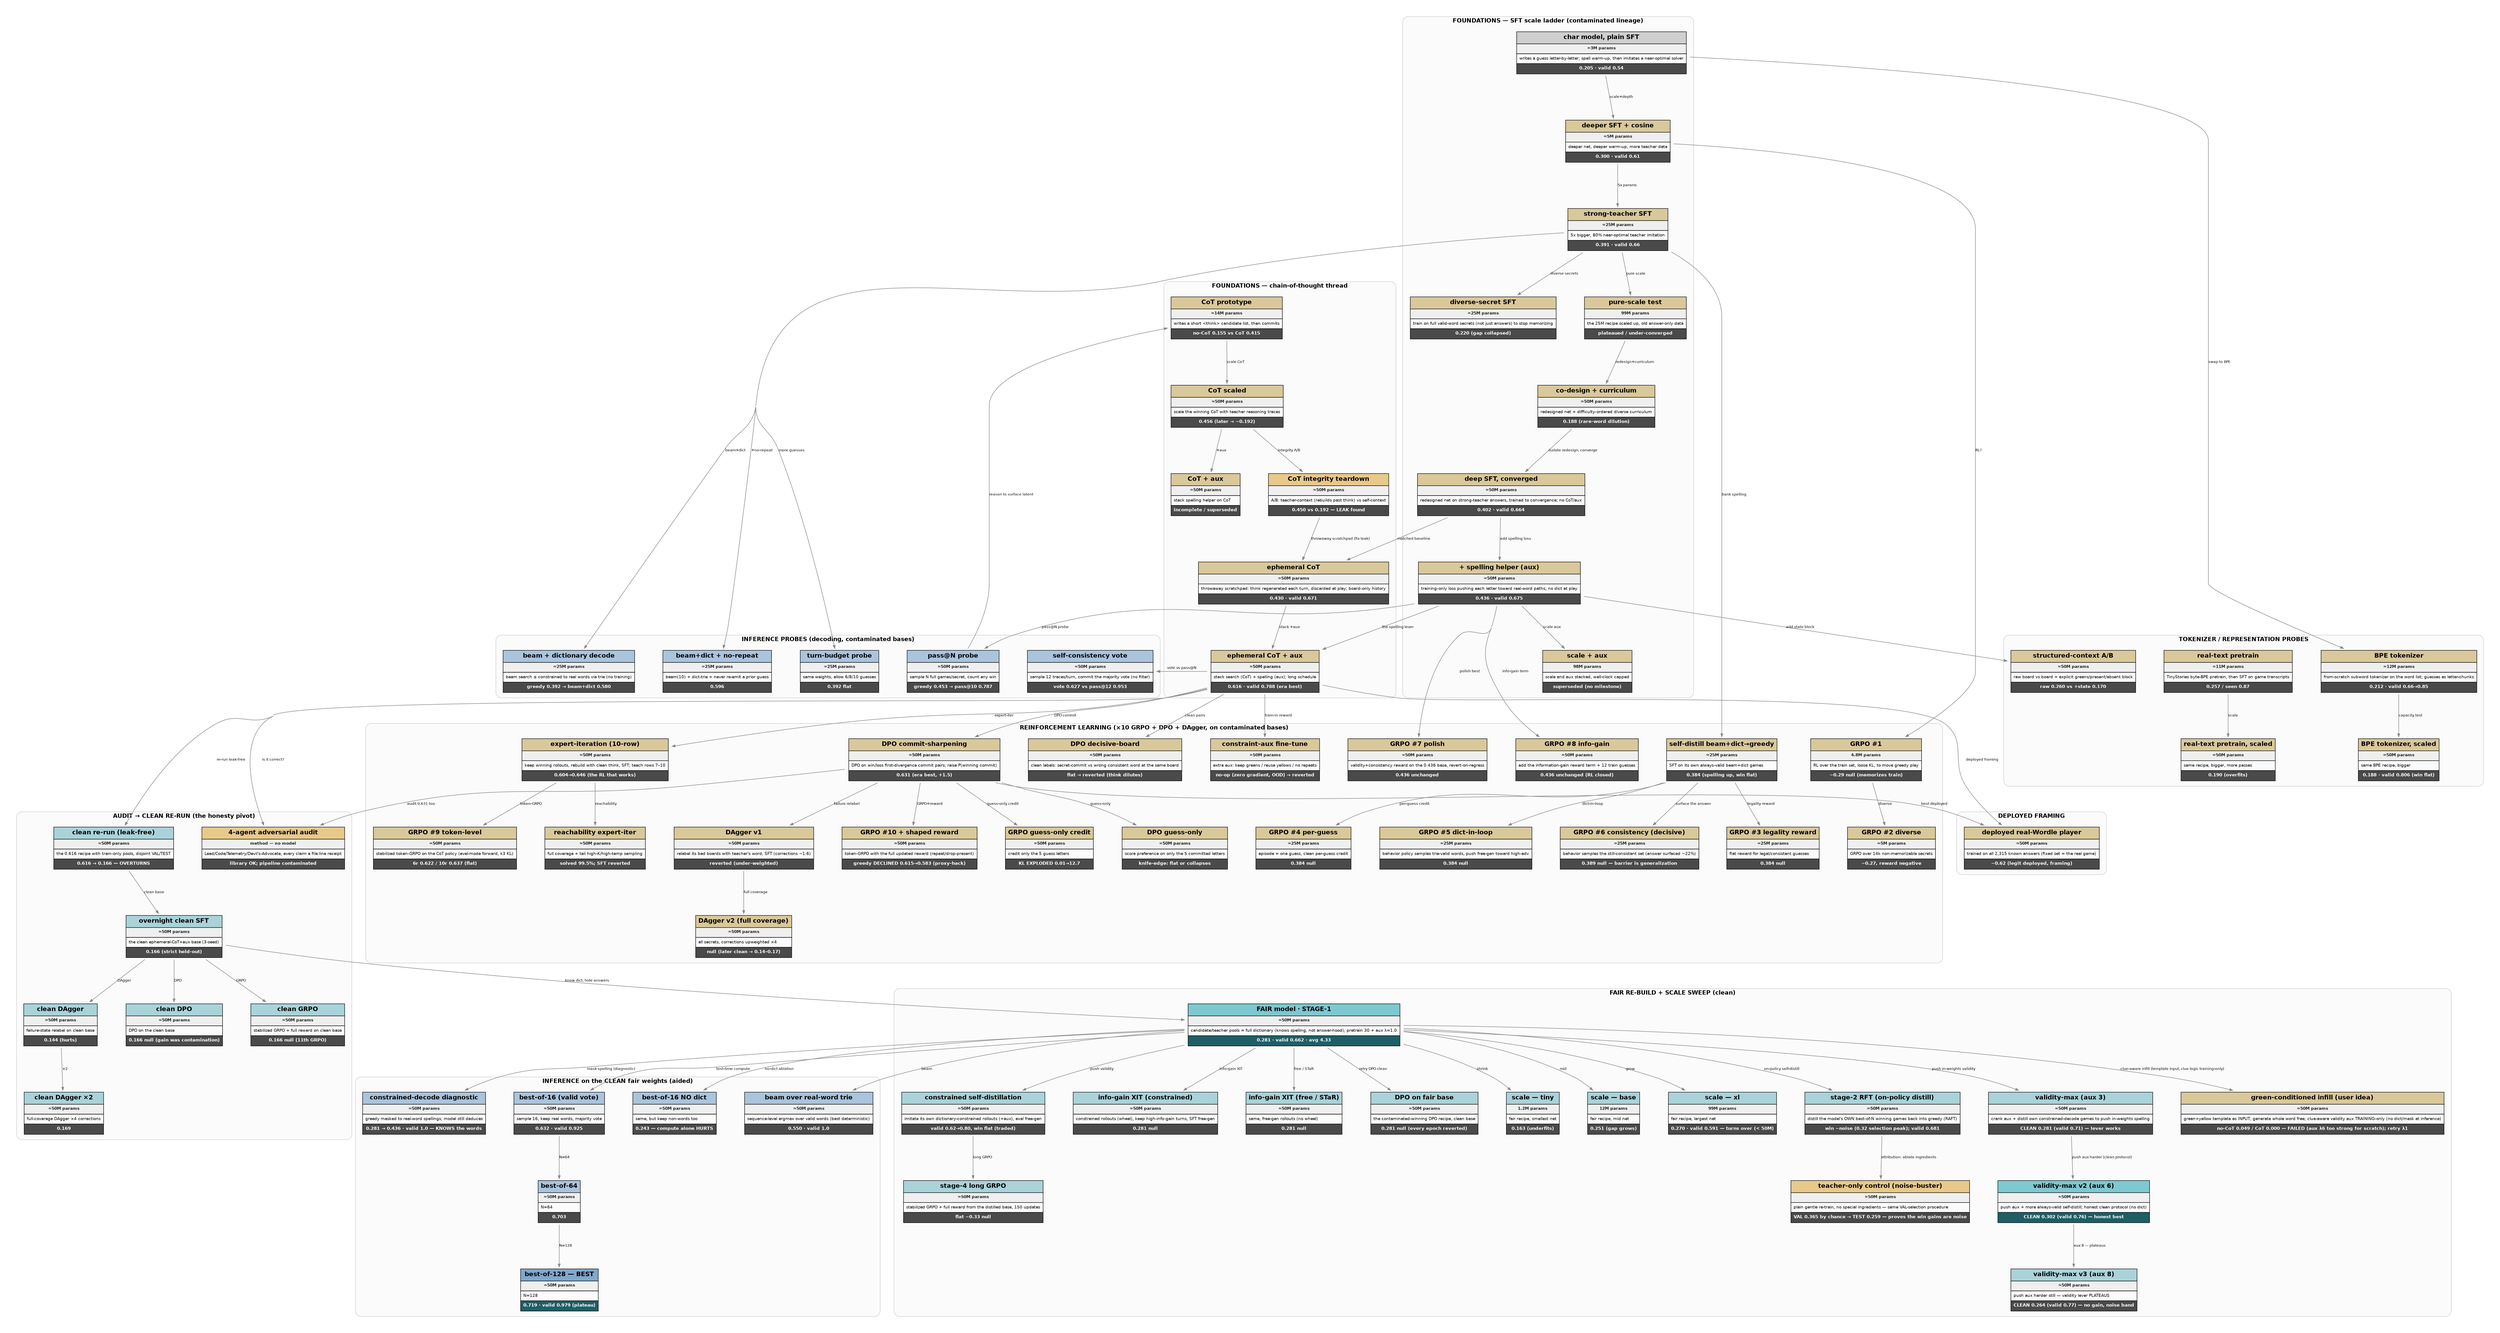
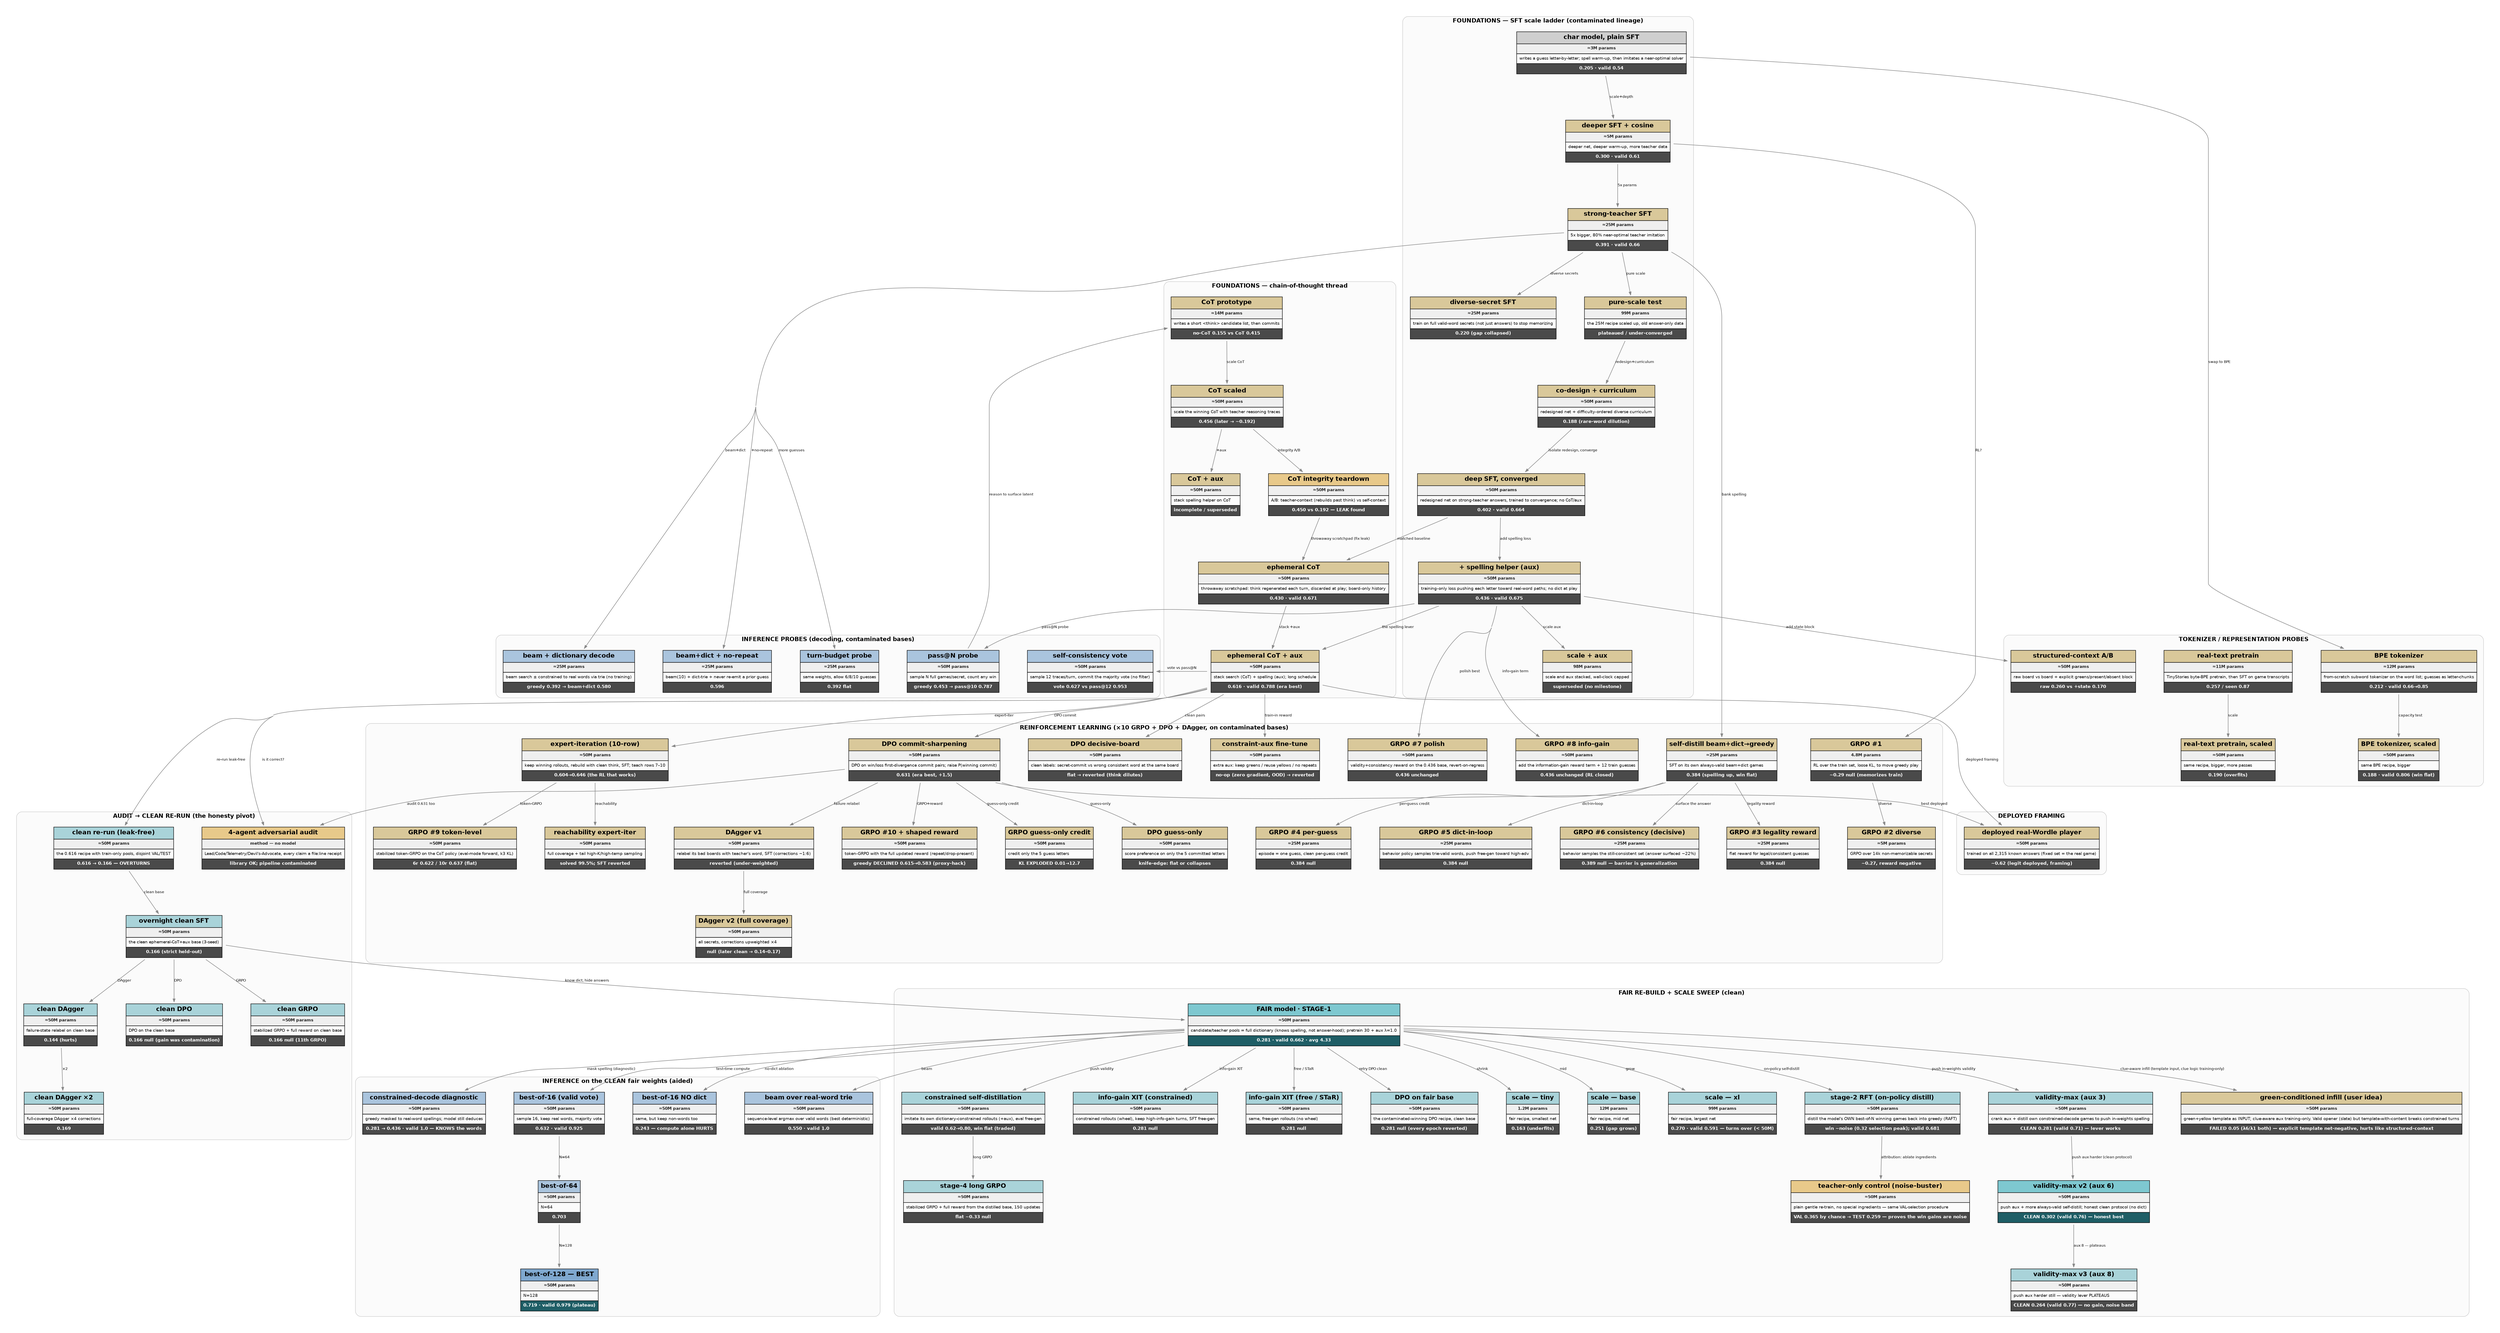
digraph experiments {
  rankdir=TB; bgcolor="white";
  graph [fontname="Helvetica", ranksep=1.2, nodesep=0.65, fontsize=13, concentrate=true, splines=spline, pad=0.4];
  node [shape=plaintext, fontname="Helvetica"];
  edge [fontname="Helvetica", fontsize=8, color="#888888", penwidth=1.1, arrowsize=0.7];
  subgraph cluster_found { label=<<B>FOUNDATIONS — SFT scale ladder (contaminated lineage)</B>>; fontsize=13; color="#cccccc"; style="rounded"; bgcolor="#fbfbfb";
    sft_3m [label=<<TABLE BORDER="0" CELLBORDER="1" CELLSPACING="0" CELLPADDING="5"><TR><TD BGCOLOR="#cfcfcf"><B>char model, plain SFT</B></TD></TR><TR><TD BGCOLOR="#efefef"><FONT POINT-SIZE="9" COLOR="#222222"><B>≈3M params</B></FONT></TD></TR><TR><TD ALIGN="LEFT"><FONT POINT-SIZE="9">writes a guess letter-by-letter; spell warm-up, then imitates a near-optimal solver</FONT></TD></TR><TR><TD BGCOLOR="#4a4a4a"><FONT COLOR="white" POINT-SIZE="10"><B>0.205 · valid 0.54</B></FONT></TD></TR></TABLE>>];
    sft_5m [label=<<TABLE BORDER="0" CELLBORDER="1" CELLSPACING="0" CELLPADDING="5"><TR><TD BGCOLOR="#d9c89a"><B>deeper SFT + cosine</B></TD></TR><TR><TD BGCOLOR="#efefef"><FONT POINT-SIZE="9" COLOR="#222222"><B>≈5M params</B></FONT></TD></TR><TR><TD ALIGN="LEFT"><FONT POINT-SIZE="9">deeper net, deeper warm-up, more teacher data</FONT></TD></TR><TR><TD BGCOLOR="#4a4a4a"><FONT COLOR="white" POINT-SIZE="10"><B>0.300 · valid 0.61</B></FONT></TD></TR></TABLE>>];
    sft_25m [label=<<TABLE BORDER="0" CELLBORDER="1" CELLSPACING="0" CELLPADDING="5"><TR><TD BGCOLOR="#d9c89a"><B>strong-teacher SFT</B></TD></TR><TR><TD BGCOLOR="#efefef"><FONT POINT-SIZE="9" COLOR="#222222"><B>≈25M params</B></FONT></TD></TR><TR><TD ALIGN="LEFT"><FONT POINT-SIZE="9">5x bigger, 80% near-optimal teacher imitation</FONT></TD></TR><TR><TD BGCOLOR="#4a4a4a"><FONT COLOR="white" POINT-SIZE="10"><B>0.391 · valid 0.66</B></FONT></TD></TR></TABLE>>];
    sft_25m_div [label=<<TABLE BORDER="0" CELLBORDER="1" CELLSPACING="0" CELLPADDING="5"><TR><TD BGCOLOR="#d9c89a"><B>diverse-secret SFT</B></TD></TR><TR><TD BGCOLOR="#efefef"><FONT POINT-SIZE="9" COLOR="#222222"><B>≈25M params</B></FONT></TD></TR><TR><TD ALIGN="LEFT"><FONT POINT-SIZE="9">train on full valid-word secrets (not just answers) to stop memorizing</FONT></TD></TR><TR><TD BGCOLOR="#4a4a4a"><FONT COLOR="white" POINT-SIZE="10"><B>0.220 (gap collapsed)</B></FONT></TD></TR></TABLE>>];
    scale_99m [label=<<TABLE BORDER="0" CELLBORDER="1" CELLSPACING="0" CELLPADDING="5"><TR><TD BGCOLOR="#d9c89a"><B>pure-scale test</B></TD></TR><TR><TD BGCOLOR="#efefef"><FONT POINT-SIZE="9" COLOR="#222222"><B>99M params</B></FONT></TD></TR><TR><TD ALIGN="LEFT"><FONT POINT-SIZE="9">the 25M recipe scaled up, old answer-only data</FONT></TD></TR><TR><TD BGCOLOR="#4a4a4a"><FONT COLOR="white" POINT-SIZE="10"><B>plateaued / under-converged</B></FONT></TD></TR></TABLE>>];
    codesign_50m [label=<<TABLE BORDER="0" CELLBORDER="1" CELLSPACING="0" CELLPADDING="5"><TR><TD BGCOLOR="#d9c89a"><B>co-design + curriculum</B></TD></TR><TR><TD BGCOLOR="#efefef"><FONT POINT-SIZE="9" COLOR="#222222"><B>≈50M params</B></FONT></TD></TR><TR><TD ALIGN="LEFT"><FONT POINT-SIZE="9">redesigned net + difficulty-ordered diverse curriculum</FONT></TD></TR><TR><TD BGCOLOR="#4a4a4a"><FONT COLOR="white" POINT-SIZE="10"><B>0.188 (rare-word dilution)</B></FONT></TD></TR></TABLE>>];
    sft_deep [label=<<TABLE BORDER="0" CELLBORDER="1" CELLSPACING="0" CELLPADDING="5"><TR><TD BGCOLOR="#d9c89a"><B>deep SFT, converged</B></TD></TR><TR><TD BGCOLOR="#efefef"><FONT POINT-SIZE="9" COLOR="#222222"><B>≈50M params</B></FONT></TD></TR><TR><TD ALIGN="LEFT"><FONT POINT-SIZE="9">redesigned net on strong-teacher answers, trained to convergence; no CoT/aux</FONT></TD></TR><TR><TD BGCOLOR="#4a4a4a"><FONT COLOR="white" POINT-SIZE="10"><B>0.402 · valid 0.664</B></FONT></TD></TR></TABLE>>];
    sft_aux [label=<<TABLE BORDER="0" CELLBORDER="1" CELLSPACING="0" CELLPADDING="5"><TR><TD BGCOLOR="#d9c89a"><B>+ spelling helper (aux)</B></TD></TR><TR><TD BGCOLOR="#efefef"><FONT POINT-SIZE="9" COLOR="#222222"><B>≈50M params</B></FONT></TD></TR><TR><TD ALIGN="LEFT"><FONT POINT-SIZE="9">training-only loss pushing each letter toward real-word paths; no dict at play</FONT></TD></TR><TR><TD BGCOLOR="#4a4a4a"><FONT COLOR="white" POINT-SIZE="10"><B>0.436 · valid 0.675</B></FONT></TD></TR></TABLE>>];
    sft_aux_xl [label=<<TABLE BORDER="0" CELLBORDER="1" CELLSPACING="0" CELLPADDING="5"><TR><TD BGCOLOR="#d9c89a"><B>scale + aux</B></TD></TR><TR><TD BGCOLOR="#efefef"><FONT POINT-SIZE="9" COLOR="#222222"><B>98M params</B></FONT></TD></TR><TR><TD ALIGN="LEFT"><FONT POINT-SIZE="9">scale and aux stacked, wall-clock capped</FONT></TD></TR><TR><TD BGCOLOR="#4a4a4a"><FONT COLOR="white" POINT-SIZE="10"><B>superseded (no milestone)</B></FONT></TD></TR></TABLE>>];
  }
  subgraph cluster_cot { label=<<B>FOUNDATIONS — chain-of-thought thread</B>>; fontsize=13; color="#cccccc"; style="rounded"; bgcolor="#fbfbfb";
    cot_14m [label=<<TABLE BORDER="0" CELLBORDER="1" CELLSPACING="0" CELLPADDING="5"><TR><TD BGCOLOR="#d9c89a"><B>CoT prototype</B></TD></TR><TR><TD BGCOLOR="#efefef"><FONT POINT-SIZE="9" COLOR="#222222"><B>≈14M params</B></FONT></TD></TR><TR><TD ALIGN="LEFT"><FONT POINT-SIZE="9">writes a short &lt;think&gt; candidate list, then commits</FONT></TD></TR><TR><TD BGCOLOR="#4a4a4a"><FONT COLOR="white" POINT-SIZE="10"><B>no-CoT 0.155 vs CoT 0.415</B></FONT></TD></TR></TABLE>>];
    cot_50m [label=<<TABLE BORDER="0" CELLBORDER="1" CELLSPACING="0" CELLPADDING="5"><TR><TD BGCOLOR="#d9c89a"><B>CoT scaled</B></TD></TR><TR><TD BGCOLOR="#efefef"><FONT POINT-SIZE="9" COLOR="#222222"><B>≈50M params</B></FONT></TD></TR><TR><TD ALIGN="LEFT"><FONT POINT-SIZE="9">scale the winning CoT with teacher reasoning traces</FONT></TD></TR><TR><TD BGCOLOR="#4a4a4a"><FONT COLOR="white" POINT-SIZE="10"><B>0.456 (later → ~0.192)</B></FONT></TD></TR></TABLE>>];
    cot_50m_aux [label=<<TABLE BORDER="0" CELLBORDER="1" CELLSPACING="0" CELLPADDING="5"><TR><TD BGCOLOR="#d9c89a"><B>CoT + aux</B></TD></TR><TR><TD BGCOLOR="#efefef"><FONT POINT-SIZE="9" COLOR="#222222"><B>≈50M params</B></FONT></TD></TR><TR><TD ALIGN="LEFT"><FONT POINT-SIZE="9">stack spelling helper on CoT</FONT></TD></TR><TR><TD BGCOLOR="#4a4a4a"><FONT COLOR="white" POINT-SIZE="10"><B>incomplete / superseded</B></FONT></TD></TR></TABLE>>];
    cot_show [label=<<TABLE BORDER="0" CELLBORDER="1" CELLSPACING="0" CELLPADDING="5"><TR><TD BGCOLOR="#e8c98a"><B>CoT integrity teardown</B></TD></TR><TR><TD BGCOLOR="#efefef"><FONT POINT-SIZE="9" COLOR="#222222"><B>≈50M params</B></FONT></TD></TR><TR><TD ALIGN="LEFT"><FONT POINT-SIZE="9">A/B: teacher-context (rebuilds past think) vs self-context</FONT></TD></TR><TR><TD BGCOLOR="#4a4a4a"><FONT COLOR="white" POINT-SIZE="10"><B>0.450 vs 0.192 — LEAK found</B></FONT></TD></TR></TABLE>>];
    cot_eph [label=<<TABLE BORDER="0" CELLBORDER="1" CELLSPACING="0" CELLPADDING="5"><TR><TD BGCOLOR="#d9c89a"><B>ephemeral CoT</B></TD></TR><TR><TD BGCOLOR="#efefef"><FONT POINT-SIZE="9" COLOR="#222222"><B>≈50M params</B></FONT></TD></TR><TR><TD ALIGN="LEFT"><FONT POINT-SIZE="9">throwaway scratchpad: think regenerated each turn, discarded at play; board-only history</FONT></TD></TR><TR><TD BGCOLOR="#4a4a4a"><FONT COLOR="white" POINT-SIZE="10"><B>0.430 · valid 0.671</B></FONT></TD></TR></TABLE>>];
    cot_eph_aux [label=<<TABLE BORDER="0" CELLBORDER="1" CELLSPACING="0" CELLPADDING="5"><TR><TD BGCOLOR="#d9c89a"><B>ephemeral CoT + aux</B></TD></TR><TR><TD BGCOLOR="#efefef"><FONT POINT-SIZE="9" COLOR="#222222"><B>≈50M params</B></FONT></TD></TR><TR><TD ALIGN="LEFT"><FONT POINT-SIZE="9">stack search (CoT) + spelling (aux); long schedule</FONT></TD></TR><TR><TD BGCOLOR="#4a4a4a"><FONT COLOR="white" POINT-SIZE="10"><B>0.616 · valid 0.788 (era best)</B></FONT></TD></TR></TABLE>>];
  }
  subgraph cluster_val { label=<<B>TOKENIZER / REPRESENTATION PROBES</B>>; fontsize=13; color="#cccccc"; style="rounded"; bgcolor="#fbfbfb";
    bpe_12m [label=<<TABLE BORDER="0" CELLBORDER="1" CELLSPACING="0" CELLPADDING="5"><TR><TD BGCOLOR="#d9c89a"><B>BPE tokenizer</B></TD></TR><TR><TD BGCOLOR="#efefef"><FONT POINT-SIZE="9" COLOR="#222222"><B>≈12M params</B></FONT></TD></TR><TR><TD ALIGN="LEFT"><FONT POINT-SIZE="9">from-scratch subword tokenizer on the word list; guesses as letter-chunks</FONT></TD></TR><TR><TD BGCOLOR="#4a4a4a"><FONT COLOR="white" POINT-SIZE="10"><B>0.212 · valid 0.66→0.85</B></FONT></TD></TR></TABLE>>];
    bpe_50m [label=<<TABLE BORDER="0" CELLBORDER="1" CELLSPACING="0" CELLPADDING="5"><TR><TD BGCOLOR="#d9c89a"><B>BPE tokenizer, scaled</B></TD></TR><TR><TD BGCOLOR="#efefef"><FONT POINT-SIZE="9" COLOR="#222222"><B>≈50M params</B></FONT></TD></TR><TR><TD ALIGN="LEFT"><FONT POINT-SIZE="9">same BPE recipe, bigger</FONT></TD></TR><TR><TD BGCOLOR="#4a4a4a"><FONT COLOR="white" POINT-SIZE="10"><B>0.188 · valid 0.806 (win flat)</B></FONT></TD></TR></TABLE>>];
    oreo_11m [label=<<TABLE BORDER="0" CELLBORDER="1" CELLSPACING="0" CELLPADDING="5"><TR><TD BGCOLOR="#d9c89a"><B>real-text pretrain</B></TD></TR><TR><TD BGCOLOR="#efefef"><FONT POINT-SIZE="9" COLOR="#222222"><B>≈11M params</B></FONT></TD></TR><TR><TD ALIGN="LEFT"><FONT POINT-SIZE="9">TinyStories byte-BPE pretrain, then SFT on game transcripts</FONT></TD></TR><TR><TD BGCOLOR="#4a4a4a"><FONT COLOR="white" POINT-SIZE="10"><B>0.257 / seen 0.87</B></FONT></TD></TR></TABLE>>];
    oreo_50m [label=<<TABLE BORDER="0" CELLBORDER="1" CELLSPACING="0" CELLPADDING="5"><TR><TD BGCOLOR="#d9c89a"><B>real-text pretrain, scaled</B></TD></TR><TR><TD BGCOLOR="#efefef"><FONT POINT-SIZE="9" COLOR="#222222"><B>≈50M params</B></FONT></TD></TR><TR><TD ALIGN="LEFT"><FONT POINT-SIZE="9">same recipe, bigger, more passes</FONT></TD></TR><TR><TD BGCOLOR="#4a4a4a"><FONT COLOR="white" POINT-SIZE="10"><B>0.190 (overfits)</B></FONT></TD></TR></TABLE>>];
    structured_ctx [label=<<TABLE BORDER="0" CELLBORDER="1" CELLSPACING="0" CELLPADDING="5"><TR><TD BGCOLOR="#d9c89a"><B>structured-context A/B</B></TD></TR><TR><TD BGCOLOR="#efefef"><FONT POINT-SIZE="9" COLOR="#222222"><B>≈50M params</B></FONT></TD></TR><TR><TD ALIGN="LEFT"><FONT POINT-SIZE="9">raw board vs board + explicit greens/present/absent block</FONT></TD></TR><TR><TD BGCOLOR="#4a4a4a"><FONT COLOR="white" POINT-SIZE="10"><B>raw 0.260 vs +state 0.170</B></FONT></TD></TR></TABLE>>];
  }
  subgraph cluster_rl { label=<<B>REINFORCEMENT LEARNING (×10 GRPO + DPO + DAgger, on contaminated bases)</B>>; fontsize=13; color="#cccccc"; style="rounded"; bgcolor="#fbfbfb";
    grpo_5m [label=<<TABLE BORDER="0" CELLBORDER="1" CELLSPACING="0" CELLPADDING="5"><TR><TD BGCOLOR="#d9c89a"><B>GRPO #1</B></TD></TR><TR><TD BGCOLOR="#efefef"><FONT POINT-SIZE="9" COLOR="#222222"><B>4.8M params</B></FONT></TD></TR><TR><TD ALIGN="LEFT"><FONT POINT-SIZE="9">RL over the train set, loose KL, to move greedy play</FONT></TD></TR><TR><TD BGCOLOR="#4a4a4a"><FONT COLOR="white" POINT-SIZE="10"><B>~0.29 null (memorizes train)</B></FONT></TD></TR></TABLE>>];
    grpo_5m_div [label=<<TABLE BORDER="0" CELLBORDER="1" CELLSPACING="0" CELLPADDING="5"><TR><TD BGCOLOR="#d9c89a"><B>GRPO #2 diverse</B></TD></TR><TR><TD BGCOLOR="#efefef"><FONT POINT-SIZE="9" COLOR="#222222"><B>≈5M params</B></FONT></TD></TR><TR><TD ALIGN="LEFT"><FONT POINT-SIZE="9">GRPO over 14k non-memorizable secrets</FONT></TD></TR><TR><TD BGCOLOR="#4a4a4a"><FONT COLOR="white" POINT-SIZE="10"><B>~0.27, reward negative</B></FONT></TD></TR></TABLE>>];
    self_distill_25m [label=<<TABLE BORDER="0" CELLBORDER="1" CELLSPACING="0" CELLPADDING="5"><TR><TD BGCOLOR="#d9c89a"><B>self-distill beam+dict→greedy</B></TD></TR><TR><TD BGCOLOR="#efefef"><FONT POINT-SIZE="9" COLOR="#222222"><B>≈25M params</B></FONT></TD></TR><TR><TD ALIGN="LEFT"><FONT POINT-SIZE="9">SFT on its own always-valid beam+dict games</FONT></TD></TR><TR><TD BGCOLOR="#4a4a4a"><FONT COLOR="white" POINT-SIZE="10"><B>0.384 (spelling up, win flat)</B></FONT></TD></TR></TABLE>>];
    rl_consistency [label=<<TABLE BORDER="0" CELLBORDER="1" CELLSPACING="0" CELLPADDING="5"><TR><TD BGCOLOR="#d9c89a"><B>GRPO #3 legality reward</B></TD></TR><TR><TD BGCOLOR="#efefef"><FONT POINT-SIZE="9" COLOR="#222222"><B>≈25M params</B></FONT></TD></TR><TR><TD ALIGN="LEFT"><FONT POINT-SIZE="9">flat reward for legal/consistent guesses</FONT></TD></TR><TR><TD BGCOLOR="#4a4a4a"><FONT COLOR="white" POINT-SIZE="10"><B>0.384 null</B></FONT></TD></TR></TABLE>>];
    rl_perguess [label=<<TABLE BORDER="0" CELLBORDER="1" CELLSPACING="0" CELLPADDING="5"><TR><TD BGCOLOR="#d9c89a"><B>GRPO #4 per-guess</B></TD></TR><TR><TD BGCOLOR="#efefef"><FONT POINT-SIZE="9" COLOR="#222222"><B>≈25M params</B></FONT></TD></TR><TR><TD ALIGN="LEFT"><FONT POINT-SIZE="9">episode = one guess, clean per-guess credit</FONT></TD></TR><TR><TD BGCOLOR="#4a4a4a"><FONT COLOR="white" POINT-SIZE="10"><B>0.384 null</B></FONT></TD></TR></TABLE>>];
    rl_dict [label=<<TABLE BORDER="0" CELLBORDER="1" CELLSPACING="0" CELLPADDING="5"><TR><TD BGCOLOR="#d9c89a"><B>GRPO #5 dict-in-loop</B></TD></TR><TR><TD BGCOLOR="#efefef"><FONT POINT-SIZE="9" COLOR="#222222"><B>≈25M params</B></FONT></TD></TR><TR><TD ALIGN="LEFT"><FONT POINT-SIZE="9">behavior policy samples trie-valid words, push free-gen toward high-adv</FONT></TD></TR><TR><TD BGCOLOR="#4a4a4a"><FONT COLOR="white" POINT-SIZE="10"><B>0.384 null</B></FONT></TD></TR></TABLE>>];
    rl_constrained [label=<<TABLE BORDER="0" CELLBORDER="1" CELLSPACING="0" CELLPADDING="5"><TR><TD BGCOLOR="#d9c89a"><B>GRPO #6 consistency (decisive)</B></TD></TR><TR><TD BGCOLOR="#efefef"><FONT POINT-SIZE="9" COLOR="#222222"><B>≈25M params</B></FONT></TD></TR><TR><TD ALIGN="LEFT"><FONT POINT-SIZE="9">behavior samples the still-consistent set (answer surfaced ~22%)</FONT></TD></TR><TR><TD BGCOLOR="#4a4a4a"><FONT COLOR="white" POINT-SIZE="10"><B>0.389 null — barrier is generalization</B></FONT></TD></TR></TABLE>>];
    rl_polish [label=<<TABLE BORDER="0" CELLBORDER="1" CELLSPACING="0" CELLPADDING="5"><TR><TD BGCOLOR="#d9c89a"><B>GRPO #7 polish</B></TD></TR><TR><TD BGCOLOR="#efefef"><FONT POINT-SIZE="9" COLOR="#222222"><B>≈50M params</B></FONT></TD></TR><TR><TD ALIGN="LEFT"><FONT POINT-SIZE="9">validity+consistency reward on the 0.436 base, revert-on-regress</FONT></TD></TR><TR><TD BGCOLOR="#4a4a4a"><FONT COLOR="white" POINT-SIZE="10"><B>0.436 unchanged</B></FONT></TD></TR></TABLE>>];
    rl_infogain [label=<<TABLE BORDER="0" CELLBORDER="1" CELLSPACING="0" CELLPADDING="5"><TR><TD BGCOLOR="#d9c89a"><B>GRPO #8 info-gain</B></TD></TR><TR><TD BGCOLOR="#efefef"><FONT POINT-SIZE="9" COLOR="#222222"><B>≈50M params</B></FONT></TD></TR><TR><TD ALIGN="LEFT"><FONT POINT-SIZE="9">add the information-gain reward term + 12 train guesses</FONT></TD></TR><TR><TD BGCOLOR="#4a4a4a"><FONT COLOR="white" POINT-SIZE="10"><B>0.436 unchanged (RL closed)</B></FONT></TD></TR></TABLE>>];
    rl_expert_10row [label=<<TABLE BORDER="0" CELLBORDER="1" CELLSPACING="0" CELLPADDING="5"><TR><TD BGCOLOR="#d9c89a"><B>expert-iteration (10-row)</B></TD></TR><TR><TD BGCOLOR="#efefef"><FONT POINT-SIZE="9" COLOR="#222222"><B>≈50M params</B></FONT></TD></TR><TR><TD ALIGN="LEFT"><FONT POINT-SIZE="9">keep winning rollouts, rebuild with clean think, SFT; teach rows 7–10</FONT></TD></TR><TR><TD BGCOLOR="#4a4a4a"><FONT COLOR="white" POINT-SIZE="10"><B>0.604→0.646 (the RL that works)</B></FONT></TD></TR></TABLE>>];
    rl_expert_tail [label=<<TABLE BORDER="0" CELLBORDER="1" CELLSPACING="0" CELLPADDING="5"><TR><TD BGCOLOR="#d9c89a"><B>reachability expert-iter</B></TD></TR><TR><TD BGCOLOR="#efefef"><FONT POINT-SIZE="9" COLOR="#222222"><B>≈50M params</B></FONT></TD></TR><TR><TD ALIGN="LEFT"><FONT POINT-SIZE="9">full coverage + tail high-K/high-temp sampling</FONT></TD></TR><TR><TD BGCOLOR="#4a4a4a"><FONT COLOR="white" POINT-SIZE="10"><B>solved 99.5%; SFT reverted</B></FONT></TD></TR></TABLE>>];
    rl_grpo_polish [label=<<TABLE BORDER="0" CELLBORDER="1" CELLSPACING="0" CELLPADDING="5"><TR><TD BGCOLOR="#d9c89a"><B>GRPO #9 token-level</B></TD></TR><TR><TD BGCOLOR="#efefef"><FONT POINT-SIZE="9" COLOR="#222222"><B>≈50M params</B></FONT></TD></TR><TR><TD ALIGN="LEFT"><FONT POINT-SIZE="9">stabilized token-GRPO on the CoT policy (eval-mode forward, k3 KL)</FONT></TD></TR><TR><TD BGCOLOR="#4a4a4a"><FONT COLOR="white" POINT-SIZE="10"><B>6r 0.622 / 10r 0.637 (flat)</B></FONT></TD></TR></TABLE>>];
    dpo_commit [label=<<TABLE BORDER="0" CELLBORDER="1" CELLSPACING="0" CELLPADDING="5"><TR><TD BGCOLOR="#d9c89a"><B>DPO commit-sharpening</B></TD></TR><TR><TD BGCOLOR="#efefef"><FONT POINT-SIZE="9" COLOR="#222222"><B>≈50M params</B></FONT></TD></TR><TR><TD ALIGN="LEFT"><FONT POINT-SIZE="9">DPO on win/loss first-divergence commit pairs; raise P(winning commit)</FONT></TD></TR><TR><TD BGCOLOR="#4a4a4a"><FONT COLOR="white" POINT-SIZE="10"><B>0.631 (era best, +1.5)</B></FONT></TD></TR></TABLE>>];
    dpo_decisive [label=<<TABLE BORDER="0" CELLBORDER="1" CELLSPACING="0" CELLPADDING="5"><TR><TD BGCOLOR="#d9c89a"><B>DPO decisive-board</B></TD></TR><TR><TD BGCOLOR="#efefef"><FONT POINT-SIZE="9" COLOR="#222222"><B>≈50M params</B></FONT></TD></TR><TR><TD ALIGN="LEFT"><FONT POINT-SIZE="9">clean labels: secret-commit vs wrong consistent word at the same board</FONT></TD></TR><TR><TD BGCOLOR="#4a4a4a"><FONT COLOR="white" POINT-SIZE="10"><B>flat → reverted (think dilutes)</B></FONT></TD></TR></TABLE>>];
    dpo_guessonly [label=<<TABLE BORDER="0" CELLBORDER="1" CELLSPACING="0" CELLPADDING="5"><TR><TD BGCOLOR="#d9c89a"><B>DPO guess-only</B></TD></TR><TR><TD BGCOLOR="#efefef"><FONT POINT-SIZE="9" COLOR="#222222"><B>≈50M params</B></FONT></TD></TR><TR><TD ALIGN="LEFT"><FONT POINT-SIZE="9">score preference on only the 5 committed letters</FONT></TD></TR><TR><TD BGCOLOR="#4a4a4a"><FONT COLOR="white" POINT-SIZE="10"><B>knife-edge: flat or collapses</B></FONT></TD></TR></TABLE>>];
    constraint_aux [label=<<TABLE BORDER="0" CELLBORDER="1" CELLSPACING="0" CELLPADDING="5"><TR><TD BGCOLOR="#d9c89a"><B>constraint-aux fine-tune</B></TD></TR><TR><TD BGCOLOR="#efefef"><FONT POINT-SIZE="9" COLOR="#222222"><B>≈50M params</B></FONT></TD></TR><TR><TD ALIGN="LEFT"><FONT POINT-SIZE="9">extra aux: keep greens / reuse yellows / no repeats</FONT></TD></TR><TR><TD BGCOLOR="#4a4a4a"><FONT COLOR="white" POINT-SIZE="10"><B>no-op (zero gradient, OOD) → reverted</B></FONT></TD></TR></TABLE>>];
    dagger_v1 [label=<<TABLE BORDER="0" CELLBORDER="1" CELLSPACING="0" CELLPADDING="5"><TR><TD BGCOLOR="#d9c89a"><B>DAgger v1</B></TD></TR><TR><TD BGCOLOR="#efefef"><FONT POINT-SIZE="9" COLOR="#222222"><B>≈50M params</B></FONT></TD></TR><TR><TD ALIGN="LEFT"><FONT POINT-SIZE="9">relabel its bad boards with teacher's word, SFT (corrections ~1:6)</FONT></TD></TR><TR><TD BGCOLOR="#4a4a4a"><FONT COLOR="white" POINT-SIZE="10"><B>reverted (under-weighted)</B></FONT></TD></TR></TABLE>>];
    rl_grpo_reward [label=<<TABLE BORDER="0" CELLBORDER="1" CELLSPACING="0" CELLPADDING="5"><TR><TD BGCOLOR="#d9c89a"><B>GRPO #10 + shaped reward</B></TD></TR><TR><TD BGCOLOR="#efefef"><FONT POINT-SIZE="9" COLOR="#222222"><B>≈50M params</B></FONT></TD></TR><TR><TD ALIGN="LEFT"><FONT POINT-SIZE="9">token-GRPO with the full updated reward (repeat/drop-present)</FONT></TD></TR><TR><TD BGCOLOR="#4a4a4a"><FONT COLOR="white" POINT-SIZE="10"><B>greedy DECLINED 0.615→0.583 (proxy-hack)</B></FONT></TD></TR></TABLE>>];
    rl_grpo_guessonly [label=<<TABLE BORDER="0" CELLBORDER="1" CELLSPACING="0" CELLPADDING="5"><TR><TD BGCOLOR="#d9c89a"><B>GRPO guess-only credit</B></TD></TR><TR><TD BGCOLOR="#efefef"><FONT POINT-SIZE="9" COLOR="#222222"><B>≈50M params</B></FONT></TD></TR><TR><TD ALIGN="LEFT"><FONT POINT-SIZE="9">credit only the 5 guess letters</FONT></TD></TR><TR><TD BGCOLOR="#4a4a4a"><FONT COLOR="white" POINT-SIZE="10"><B>KL EXPLODED 0.01→12.7</B></FONT></TD></TR></TABLE>>];
    dagger_v2 [label=<<TABLE BORDER="0" CELLBORDER="1" CELLSPACING="0" CELLPADDING="5"><TR><TD BGCOLOR="#d9c89a"><B>DAgger v2 (full coverage)</B></TD></TR><TR><TD BGCOLOR="#efefef"><FONT POINT-SIZE="9" COLOR="#222222"><B>≈50M params</B></FONT></TD></TR><TR><TD ALIGN="LEFT"><FONT POINT-SIZE="9">all secrets, corrections upweighted ×4</FONT></TD></TR><TR><TD BGCOLOR="#4a4a4a"><FONT COLOR="white" POINT-SIZE="10"><B>null (later clean → 0.14–0.17)</B></FONT></TD></TR></TABLE>>];
  }
  subgraph cluster_audit { label=<<B>AUDIT → CLEAN RE-RUN (the honesty pivot)</B>>; fontsize=13; color="#cccccc"; style="rounded"; bgcolor="#fbfbfb";
    audit [label=<<TABLE BORDER="0" CELLBORDER="1" CELLSPACING="0" CELLPADDING="5"><TR><TD BGCOLOR="#e8c98a"><B>4-agent adversarial audit</B></TD></TR><TR><TD BGCOLOR="#efefef"><FONT POINT-SIZE="9" COLOR="#222222"><B>method — no model</B></FONT></TD></TR><TR><TD ALIGN="LEFT"><FONT POINT-SIZE="9">Lead/Code/Telemetry/Devil's-Advocate, every claim a file:line receipt</FONT></TD></TR><TR><TD BGCOLOR="#4a4a4a"><FONT COLOR="white" POINT-SIZE="10"><B>library OK; pipeline contaminated</B></FONT></TD></TR></TABLE>>];
    clean_rerun [label=<<TABLE BORDER="0" CELLBORDER="1" CELLSPACING="0" CELLPADDING="5"><TR><TD BGCOLOR="#a9d3d9"><B>clean re-run (leak-free)</B></TD></TR><TR><TD BGCOLOR="#efefef"><FONT POINT-SIZE="9" COLOR="#222222"><B>≈50M params</B></FONT></TD></TR><TR><TD ALIGN="LEFT"><FONT POINT-SIZE="9">the 0.616 recipe with train-only pools, disjoint VAL/TEST</FONT></TD></TR><TR><TD BGCOLOR="#4a4a4a"><FONT COLOR="white" POINT-SIZE="10"><B>0.616 → 0.166 — OVERTURNS</B></FONT></TD></TR></TABLE>>];
    overnight_clean_sft [label=<<TABLE BORDER="0" CELLBORDER="1" CELLSPACING="0" CELLPADDING="5"><TR><TD BGCOLOR="#a9d3d9"><B>overnight clean SFT</B></TD></TR><TR><TD BGCOLOR="#efefef"><FONT POINT-SIZE="9" COLOR="#222222"><B>≈50M params</B></FONT></TD></TR><TR><TD ALIGN="LEFT"><FONT POINT-SIZE="9">the clean ephemeral-CoT+aux base (3-seed)</FONT></TD></TR><TR><TD BGCOLOR="#4a4a4a"><FONT COLOR="white" POINT-SIZE="10"><B>0.166 (strict held-out)</B></FONT></TD></TR></TABLE>>];
    overnight_clean_dpo [label=<<TABLE BORDER="0" CELLBORDER="1" CELLSPACING="0" CELLPADDING="5"><TR><TD BGCOLOR="#a9d3d9"><B>clean DPO</B></TD></TR><TR><TD BGCOLOR="#efefef"><FONT POINT-SIZE="9" COLOR="#222222"><B>≈50M params</B></FONT></TD></TR><TR><TD ALIGN="LEFT"><FONT POINT-SIZE="9">DPO on the clean base</FONT></TD></TR><TR><TD BGCOLOR="#4a4a4a"><FONT COLOR="white" POINT-SIZE="10"><B>0.166 null (gain was contamination)</B></FONT></TD></TR></TABLE>>];
    overnight_clean_grpo [label=<<TABLE BORDER="0" CELLBORDER="1" CELLSPACING="0" CELLPADDING="5"><TR><TD BGCOLOR="#a9d3d9"><B>clean GRPO</B></TD></TR><TR><TD BGCOLOR="#efefef"><FONT POINT-SIZE="9" COLOR="#222222"><B>≈50M params</B></FONT></TD></TR><TR><TD ALIGN="LEFT"><FONT POINT-SIZE="9">stabilized GRPO + full reward on clean base</FONT></TD></TR><TR><TD BGCOLOR="#4a4a4a"><FONT COLOR="white" POINT-SIZE="10"><B>0.166 null (11th GRPO)</B></FONT></TD></TR></TABLE>>];
    overnight_clean_dagger [label=<<TABLE BORDER="0" CELLBORDER="1" CELLSPACING="0" CELLPADDING="5"><TR><TD BGCOLOR="#a9d3d9"><B>clean DAgger</B></TD></TR><TR><TD BGCOLOR="#efefef"><FONT POINT-SIZE="9" COLOR="#222222"><B>≈50M params</B></FONT></TD></TR><TR><TD ALIGN="LEFT"><FONT POINT-SIZE="9">failure-state relabel on clean base</FONT></TD></TR><TR><TD BGCOLOR="#4a4a4a"><FONT COLOR="white" POINT-SIZE="10"><B>0.144 (hurts)</B></FONT></TD></TR></TABLE>>];
    overnight_clean_dagger2 [label=<<TABLE BORDER="0" CELLBORDER="1" CELLSPACING="0" CELLPADDING="5"><TR><TD BGCOLOR="#a9d3d9"><B>clean DAgger ×2</B></TD></TR><TR><TD BGCOLOR="#efefef"><FONT POINT-SIZE="9" COLOR="#222222"><B>≈50M params</B></FONT></TD></TR><TR><TD ALIGN="LEFT"><FONT POINT-SIZE="9">full-coverage DAgger ×4 corrections</FONT></TD></TR><TR><TD BGCOLOR="#4a4a4a"><FONT COLOR="white" POINT-SIZE="10"><B>0.169</B></FONT></TD></TR></TABLE>>];
  }
  subgraph cluster_scale { label=<<B>FAIR RE-BUILD + SCALE SWEEP (clean)</B>>; fontsize=13; color="#cccccc"; style="rounded"; bgcolor="#fbfbfb";
    fair_stage1 [label=<<TABLE BORDER="0" CELLBORDER="1" CELLSPACING="0" CELLPADDING="5"><TR><TD BGCOLOR="#7ec8d0"><B>FAIR model · STAGE-1</B></TD></TR><TR><TD BGCOLOR="#efefef"><FONT POINT-SIZE="9" COLOR="#222222"><B>≈50M params</B></FONT></TD></TR><TR><TD ALIGN="LEFT"><FONT POINT-SIZE="9">candidate/teacher pools = full dictionary (knows spelling, not answer-hood); pretrain 30 + aux λ=1.0</FONT></TD></TR><TR><TD BGCOLOR="#1f5e66"><FONT COLOR="white" POINT-SIZE="10"><B>0.281 · valid 0.662 · avg 4.33</B></FONT></TD></TR></TABLE>>];
    distill_constrained [label=<<TABLE BORDER="0" CELLBORDER="1" CELLSPACING="0" CELLPADDING="5"><TR><TD BGCOLOR="#a9d3d9"><B>constrained self-distillation</B></TD></TR><TR><TD BGCOLOR="#efefef"><FONT POINT-SIZE="9" COLOR="#222222"><B>≈50M params</B></FONT></TD></TR><TR><TD ALIGN="LEFT"><FONT POINT-SIZE="9">imitate its own dictionary-constrained rollouts (+aux), eval free-gen</FONT></TD></TR><TR><TD BGCOLOR="#4a4a4a"><FONT COLOR="white" POINT-SIZE="10"><B>valid 0.62→0.80, win flat (traded)</B></FONT></TD></TR></TABLE>>];
    infogain_xit_c [label=<<TABLE BORDER="0" CELLBORDER="1" CELLSPACING="0" CELLPADDING="5"><TR><TD BGCOLOR="#a9d3d9"><B>info-gain XIT (constrained)</B></TD></TR><TR><TD BGCOLOR="#efefef"><FONT POINT-SIZE="9" COLOR="#222222"><B>≈50M params</B></FONT></TD></TR><TR><TD ALIGN="LEFT"><FONT POINT-SIZE="9">constrained rollouts (wheel), keep high-info-gain turns, SFT free-gen</FONT></TD></TR><TR><TD BGCOLOR="#4a4a4a"><FONT COLOR="white" POINT-SIZE="10"><B>0.281 null</B></FONT></TD></TR></TABLE>>];
    infogain_xit_f [label=<<TABLE BORDER="0" CELLBORDER="1" CELLSPACING="0" CELLPADDING="5"><TR><TD BGCOLOR="#a9d3d9"><B>info-gain XIT (free / STaR)</B></TD></TR><TR><TD BGCOLOR="#efefef"><FONT POINT-SIZE="9" COLOR="#222222"><B>≈50M params</B></FONT></TD></TR><TR><TD ALIGN="LEFT"><FONT POINT-SIZE="9">same, free-gen rollouts (no wheel)</FONT></TD></TR><TR><TD BGCOLOR="#4a4a4a"><FONT COLOR="white" POINT-SIZE="10"><B>0.281 null</B></FONT></TD></TR></TABLE>>];
    dpo_fair [label=<<TABLE BORDER="0" CELLBORDER="1" CELLSPACING="0" CELLPADDING="5"><TR><TD BGCOLOR="#a9d3d9"><B>DPO on fair base</B></TD></TR><TR><TD BGCOLOR="#efefef"><FONT POINT-SIZE="9" COLOR="#222222"><B>≈50M params</B></FONT></TD></TR><TR><TD ALIGN="LEFT"><FONT POINT-SIZE="9">the contaminated-winning DPO recipe, clean base</FONT></TD></TR><TR><TD BGCOLOR="#4a4a4a"><FONT COLOR="white" POINT-SIZE="10"><B>0.281 null (every epoch reverted)</B></FONT></TD></TR></TABLE>>];
    grpo_full_fair [label=<<TABLE BORDER="0" CELLBORDER="1" CELLSPACING="0" CELLPADDING="5"><TR><TD BGCOLOR="#a9d3d9"><B>stage-4 long GRPO</B></TD></TR><TR><TD BGCOLOR="#efefef"><FONT POINT-SIZE="9" COLOR="#222222"><B>≈50M params</B></FONT></TD></TR><TR><TD ALIGN="LEFT"><FONT POINT-SIZE="9">stabilized GRPO + full reward from the distilled base, 150 updates</FONT></TD></TR><TR><TD BGCOLOR="#4a4a4a"><FONT COLOR="white" POINT-SIZE="10"><B>flat ~0.33 null</B></FONT></TD></TR></TABLE>>];
    scale_tiny [label=<<TABLE BORDER="0" CELLBORDER="1" CELLSPACING="0" CELLPADDING="5"><TR><TD BGCOLOR="#a9d3d9"><B>scale — tiny</B></TD></TR><TR><TD BGCOLOR="#efefef"><FONT POINT-SIZE="9" COLOR="#222222"><B>1.2M params</B></FONT></TD></TR><TR><TD ALIGN="LEFT"><FONT POINT-SIZE="9">fair recipe, smallest net</FONT></TD></TR><TR><TD BGCOLOR="#4a4a4a"><FONT COLOR="white" POINT-SIZE="10"><B>0.163 (underfits)</B></FONT></TD></TR></TABLE>>];
    scale_base [label=<<TABLE BORDER="0" CELLBORDER="1" CELLSPACING="0" CELLPADDING="5"><TR><TD BGCOLOR="#a9d3d9"><B>scale — base</B></TD></TR><TR><TD BGCOLOR="#efefef"><FONT POINT-SIZE="9" COLOR="#222222"><B>12M params</B></FONT></TD></TR><TR><TD ALIGN="LEFT"><FONT POINT-SIZE="9">fair recipe, mid net</FONT></TD></TR><TR><TD BGCOLOR="#4a4a4a"><FONT COLOR="white" POINT-SIZE="10"><B>0.251 (gap grows)</B></FONT></TD></TR></TABLE>>];
    scale_xl [label=<<TABLE BORDER="0" CELLBORDER="1" CELLSPACING="0" CELLPADDING="5"><TR><TD BGCOLOR="#a9d3d9"><B>scale — xl</B></TD></TR><TR><TD BGCOLOR="#efefef"><FONT POINT-SIZE="9" COLOR="#222222"><B>99M params</B></FONT></TD></TR><TR><TD ALIGN="LEFT"><FONT POINT-SIZE="9">fair recipe, largest net</FONT></TD></TR><TR><TD BGCOLOR="#4a4a4a"><FONT COLOR="white" POINT-SIZE="10"><B>0.270 · valid 0.591 — turns over (&lt; 50M)</B></FONT></TD></TR></TABLE>>];
    rft_stage2 [label=<<TABLE BORDER="0" CELLBORDER="1" CELLSPACING="0" CELLPADDING="5"><TR><TD BGCOLOR="#a9d3d9"><B>stage-2 RFT (on-policy distill)</B></TD></TR><TR><TD BGCOLOR="#efefef"><FONT POINT-SIZE="9" COLOR="#222222"><B>≈50M params</B></FONT></TD></TR><TR><TD ALIGN="LEFT"><FONT POINT-SIZE="9">distill the model's OWN best-of-N winning games back into greedy (RAFT)</FONT></TD></TR><TR><TD BGCOLOR="#4a4a4a"><FONT COLOR="white" POINT-SIZE="10"><B>win ~noise (0.32 selection peak); valid 0.681</B></FONT></TD></TR></TABLE>>];
    validity_max [label=<<TABLE BORDER="0" CELLBORDER="1" CELLSPACING="0" CELLPADDING="5"><TR><TD BGCOLOR="#a9d3d9"><B>validity-max (aux 3)</B></TD></TR><TR><TD BGCOLOR="#efefef"><FONT POINT-SIZE="9" COLOR="#222222"><B>≈50M params</B></FONT></TD></TR><TR><TD ALIGN="LEFT"><FONT POINT-SIZE="9">crank aux + distill own constrained-decode games to push in-weights spelling</FONT></TD></TR><TR><TD BGCOLOR="#4a4a4a"><FONT COLOR="white" POINT-SIZE="10"><B>CLEAN 0.281 (valid 0.71) — lever works</B></FONT></TD></TR></TABLE>>];
    validity_max_v2 [label=<<TABLE BORDER="0" CELLBORDER="1" CELLSPACING="0" CELLPADDING="5"><TR><TD BGCOLOR="#7ec8d0"><B>validity-max v2 (aux 6)</B></TD></TR><TR><TD BGCOLOR="#efefef"><FONT POINT-SIZE="9" COLOR="#222222"><B>≈50M params</B></FONT></TD></TR><TR><TD ALIGN="LEFT"><FONT POINT-SIZE="9">push aux + more always-valid self-distill; honest clean protocol (no dict)</FONT></TD></TR><TR><TD BGCOLOR="#1f5e66"><FONT COLOR="white" POINT-SIZE="10"><B>CLEAN 0.302 (valid 0.76) — honest best</B></FONT></TD></TR></TABLE>>];
    validity_max_v3 [label=<<TABLE BORDER="0" CELLBORDER="1" CELLSPACING="0" CELLPADDING="5"><TR><TD BGCOLOR="#a9d3d9"><B>validity-max v3 (aux 8)</B></TD></TR><TR><TD BGCOLOR="#efefef"><FONT POINT-SIZE="9" COLOR="#222222"><B>≈50M params</B></FONT></TD></TR><TR><TD ALIGN="LEFT"><FONT POINT-SIZE="9">push aux harder still — validity lever PLATEAUS</FONT></TD></TR><TR><TD BGCOLOR="#4a4a4a"><FONT COLOR="white" POINT-SIZE="10"><B>CLEAN 0.264 (valid 0.77) — no gain, noise band</B></FONT></TD></TR></TABLE>>];
-     infill [label=<<TABLE BORDER="0" CELLBORDER="1" CELLSPACING="0" CELLPADDING="5"><TR><TD BGCOLOR="#d9c89a"><B>green-conditioned infill (user idea)</B></TD></TR><TR><TD BGCOLOR="#efefef"><FONT POINT-SIZE="9" COLOR="#222222"><B>≈50M params</B></FONT></TD></TR><TR><TD ALIGN="LEFT"><FONT POINT-SIZE="9">green+yellow template as INPUT, generate whole word free; clue-aware validity aux TRAINING-only (no dict/mask at inference)</FONT></TD></TR><TR><TD BGCOLOR="#4a4a4a"><FONT COLOR="white" POINT-SIZE="10"><B>no-CoT 0.049 / CoT 0.000 — FAILED (aux λ6 too strong for scratch); retry λ1</B></FONT></TD></TR></TABLE>>];
+     infill [label=<<TABLE BORDER="0" CELLBORDER="1" CELLSPACING="0" CELLPADDING="5"><TR><TD BGCOLOR="#d9c89a"><B>green-conditioned infill (user idea)</B></TD></TR><TR><TD BGCOLOR="#efefef"><FONT POINT-SIZE="9" COLOR="#222222"><B>≈50M params</B></FONT></TD></TR><TR><TD ALIGN="LEFT"><FONT POINT-SIZE="9">green+yellow template as INPUT; clue-aware aux training-only. Valid opener (slate) but template-with-content breaks constrained turns</FONT></TD></TR><TR><TD BGCOLOR="#4a4a4a"><FONT COLOR="white" POINT-SIZE="10"><B>FAILED 0.05 (λ6/λ1 both) — explicit template net-negative, hurts like structured-context</B></FONT></TD></TR></TABLE>>];
    control_teacher [label=<<TABLE BORDER="0" CELLBORDER="1" CELLSPACING="0" CELLPADDING="5"><TR><TD BGCOLOR="#e8c98a"><B>teacher-only control (noise-buster)</B></TD></TR><TR><TD BGCOLOR="#efefef"><FONT POINT-SIZE="9" COLOR="#222222"><B>≈50M params</B></FONT></TD></TR><TR><TD ALIGN="LEFT"><FONT POINT-SIZE="9">plain gentle re-train, no special ingredients — same VAL-selection procedure</FONT></TD></TR><TR><TD BGCOLOR="#4a4a4a"><FONT COLOR="white" POINT-SIZE="10"><B>VAL 0.365 by chance → TEST 0.259 — proves the win gains are noise</B></FONT></TD></TR></TABLE>>];
  }
  subgraph cluster_inf { label=<<B>INFERENCE PROBES (decoding, contaminated bases)</B>>; fontsize=13; color="#cccccc"; style="rounded"; bgcolor="#fbfbfb";
    beam_dict [label=<<TABLE BORDER="0" CELLBORDER="1" CELLSPACING="0" CELLPADDING="5"><TR><TD BGCOLOR="#aac4dd"><B>beam + dictionary decode</B></TD></TR><TR><TD BGCOLOR="#efefef"><FONT POINT-SIZE="9" COLOR="#222222"><B>≈25M params</B></FONT></TD></TR><TR><TD ALIGN="LEFT"><FONT POINT-SIZE="9">beam search ± constrained to real words via trie (no training)</FONT></TD></TR><TR><TD BGCOLOR="#4a4a4a"><FONT COLOR="white" POINT-SIZE="10"><B>greedy 0.392 → beam+dict 0.580</B></FONT></TD></TR></TABLE>>];
    norepeat_decode [label=<<TABLE BORDER="0" CELLBORDER="1" CELLSPACING="0" CELLPADDING="5"><TR><TD BGCOLOR="#aac4dd"><B>beam+dict + no-repeat</B></TD></TR><TR><TD BGCOLOR="#efefef"><FONT POINT-SIZE="9" COLOR="#222222"><B>≈25M params</B></FONT></TD></TR><TR><TD ALIGN="LEFT"><FONT POINT-SIZE="9">beam(10) + dict-trie + never re-emit a prior guess</FONT></TD></TR><TR><TD BGCOLOR="#4a4a4a"><FONT COLOR="white" POINT-SIZE="10"><B>0.596</B></FONT></TD></TR></TABLE>>];
    turn_budget [label=<<TABLE BORDER="0" CELLBORDER="1" CELLSPACING="0" CELLPADDING="5"><TR><TD BGCOLOR="#aac4dd"><B>turn-budget probe</B></TD></TR><TR><TD BGCOLOR="#efefef"><FONT POINT-SIZE="9" COLOR="#222222"><B>≈25M params</B></FONT></TD></TR><TR><TD ALIGN="LEFT"><FONT POINT-SIZE="9">same weights, allow 6/8/10 guesses</FONT></TD></TR><TR><TD BGCOLOR="#4a4a4a"><FONT COLOR="white" POINT-SIZE="10"><B>0.392 flat</B></FONT></TD></TR></TABLE>>];
    passk [label=<<TABLE BORDER="0" CELLBORDER="1" CELLSPACING="0" CELLPADDING="5"><TR><TD BGCOLOR="#aac4dd"><B>pass@N probe</B></TD></TR><TR><TD BGCOLOR="#efefef"><FONT POINT-SIZE="9" COLOR="#222222"><B>≈50M params</B></FONT></TD></TR><TR><TD ALIGN="LEFT"><FONT POINT-SIZE="9">sample N full games/secret, count any win</FONT></TD></TR><TR><TD BGCOLOR="#4a4a4a"><FONT COLOR="white" POINT-SIZE="10"><B>greedy 0.453 → pass@10 0.787</B></FONT></TD></TR></TABLE>>];
    self_consistency [label=<<TABLE BORDER="0" CELLBORDER="1" CELLSPACING="0" CELLPADDING="5"><TR><TD BGCOLOR="#aac4dd"><B>self-consistency vote</B></TD></TR><TR><TD BGCOLOR="#efefef"><FONT POINT-SIZE="9" COLOR="#222222"><B>≈50M params</B></FONT></TD></TR><TR><TD ALIGN="LEFT"><FONT POINT-SIZE="9">sample 12 traces/turn, commit the majority vote (no filter)</FONT></TD></TR><TR><TD BGCOLOR="#4a4a4a"><FONT COLOR="white" POINT-SIZE="10"><B>vote 0.627 vs pass@12 0.953</B></FONT></TD></TR></TABLE>>];
  }
  subgraph cluster_inf2 { label=<<B>INFERENCE on the CLEAN fair weights (aided)</B>>; fontsize=13; color="#cccccc"; style="rounded"; bgcolor="#fbfbfb";
    constrained_decode [label=<<TABLE BORDER="0" CELLBORDER="1" CELLSPACING="0" CELLPADDING="5"><TR><TD BGCOLOR="#aac4dd"><B>constrained-decode diagnostic</B></TD></TR><TR><TD BGCOLOR="#efefef"><FONT POINT-SIZE="9" COLOR="#222222"><B>≈50M params</B></FONT></TD></TR><TR><TD ALIGN="LEFT"><FONT POINT-SIZE="9">greedy masked to real-word spellings; model still deduces</FONT></TD></TR><TR><TD BGCOLOR="#4a4a4a"><FONT COLOR="white" POINT-SIZE="10"><B>0.281 → 0.436 · valid 1.0 — KNOWS the words</B></FONT></TD></TR></TABLE>>];
    bestof16 [label=<<TABLE BORDER="0" CELLBORDER="1" CELLSPACING="0" CELLPADDING="5"><TR><TD BGCOLOR="#aac4dd"><B>best-of-16 (valid vote)</B></TD></TR><TR><TD BGCOLOR="#efefef"><FONT POINT-SIZE="9" COLOR="#222222"><B>≈50M params</B></FONT></TD></TR><TR><TD ALIGN="LEFT"><FONT POINT-SIZE="9">sample 16, keep real words, majority vote</FONT></TD></TR><TR><TD BGCOLOR="#4a4a4a"><FONT COLOR="white" POINT-SIZE="10"><B>0.632 · valid 0.925</B></FONT></TD></TR></TABLE>>];
    bestof16_nodict [label=<<TABLE BORDER="0" CELLBORDER="1" CELLSPACING="0" CELLPADDING="5"><TR><TD BGCOLOR="#aac4dd"><B>best-of-16 NO dict</B></TD></TR><TR><TD BGCOLOR="#efefef"><FONT POINT-SIZE="9" COLOR="#222222"><B>≈50M params</B></FONT></TD></TR><TR><TD ALIGN="LEFT"><FONT POINT-SIZE="9">same, but keep non-words too</FONT></TD></TR><TR><TD BGCOLOR="#4a4a4a"><FONT COLOR="white" POINT-SIZE="10"><B>0.243 — compute alone HURTS</B></FONT></TD></TR></TABLE>>];
    bestof64 [label=<<TABLE BORDER="0" CELLBORDER="1" CELLSPACING="0" CELLPADDING="5"><TR><TD BGCOLOR="#aac4dd"><B>best-of-64</B></TD></TR><TR><TD BGCOLOR="#efefef"><FONT POINT-SIZE="9" COLOR="#222222"><B>≈50M params</B></FONT></TD></TR><TR><TD ALIGN="LEFT"><FONT POINT-SIZE="9">N=64</FONT></TD></TR><TR><TD BGCOLOR="#4a4a4a"><FONT COLOR="white" POINT-SIZE="10"><B>0.703</B></FONT></TD></TR></TABLE>>];
    bestof128 [label=<<TABLE BORDER="0" CELLBORDER="1" CELLSPACING="0" CELLPADDING="5"><TR><TD BGCOLOR="#7fa8cf"><B>best-of-128 — BEST</B></TD></TR><TR><TD BGCOLOR="#efefef"><FONT POINT-SIZE="9" COLOR="#222222"><B>≈50M params</B></FONT></TD></TR><TR><TD ALIGN="LEFT"><FONT POINT-SIZE="9">N=128</FONT></TD></TR><TR><TD BGCOLOR="#1f5e66"><FONT COLOR="white" POINT-SIZE="10"><B>0.719 · valid 0.979 (plateau)</B></FONT></TD></TR></TABLE>>];
    beam_trie [label=<<TABLE BORDER="0" CELLBORDER="1" CELLSPACING="0" CELLPADDING="5"><TR><TD BGCOLOR="#aac4dd"><B>beam over real-word trie</B></TD></TR><TR><TD BGCOLOR="#efefef"><FONT POINT-SIZE="9" COLOR="#222222"><B>≈50M params</B></FONT></TD></TR><TR><TD ALIGN="LEFT"><FONT POINT-SIZE="9">sequence-level argmax over valid words (best deterministic)</FONT></TD></TR><TR><TD BGCOLOR="#4a4a4a"><FONT COLOR="white" POINT-SIZE="10"><B>0.550 · valid 1.0</B></FONT></TD></TR></TABLE>>];
  }
  subgraph cluster_dep { label=<<B>DEPLOYED FRAMING</B>>; fontsize=13; color="#cccccc"; style="rounded"; bgcolor="#fbfbfb";
    deployed [label=<<TABLE BORDER="0" CELLBORDER="1" CELLSPACING="0" CELLPADDING="5"><TR><TD BGCOLOR="#d9c89a"><B>deployed real-Wordle player</B></TD></TR><TR><TD BGCOLOR="#efefef"><FONT POINT-SIZE="9" COLOR="#222222"><B>≈50M params</B></FONT></TD></TR><TR><TD ALIGN="LEFT"><FONT POINT-SIZE="9">trained on all 2,315 known answers (fixed set = the real game)</FONT></TD></TR><TR><TD BGCOLOR="#4a4a4a"><FONT COLOR="white" POINT-SIZE="10"><B>~0.62 (legit deployed, framing)</B></FONT></TD></TR></TABLE>>];
  }
  sft_3m -> sft_5m [label="scale+depth"];
  sft_5m -> sft_25m [label="5x params"];
  sft_25m -> sft_25m_div [label="diverse secrets"];
  sft_25m -> scale_99m [label="pure scale"];
  scale_99m -> codesign_50m [label="redesign+curriculum"];
  codesign_50m -> sft_deep [label="isolate redesign, converge"];
  sft_deep -> sft_aux [label="add spelling loss"];
  sft_aux -> sft_aux_xl [label="scale aux"];
  sft_3m -> bpe_12m [label="swap to BPE"];
  bpe_12m -> bpe_50m [label="capacity test"];
  oreo_11m -> oreo_50m [label="scale"];
  sft_aux -> structured_ctx [label="add state block"];
  sft_aux -> passk [label="pass@N probe"];
  sft_25m -> beam_dict [label="beam+dict"];
  sft_25m -> norepeat_decode [label="+no-repeat"];
  sft_25m -> turn_budget [label="more guesses"];
  passk -> cot_14m [label="reason to surface latent"];
  cot_14m -> cot_50m [label="scale CoT"];
  cot_50m -> cot_50m_aux [label="+aux"];
  cot_50m -> cot_show [label="integrity A/B"];
  cot_show -> cot_eph [label="throwaway scratchpad (fix leak)"];
  sft_deep -> cot_eph [label="matched baseline"];
  cot_eph -> cot_eph_aux [label="stack +aux"];
  sft_aux -> cot_eph_aux [label="the spelling lever"];
  sft_5m -> grpo_5m [label="RL?"];
  grpo_5m -> grpo_5m_div [label="diverse"];
  sft_25m -> self_distill_25m [label="bank spelling"];
  self_distill_25m -> rl_consistency [label="legality reward"];
  self_distill_25m -> rl_perguess [label="per-guess credit"];
  self_distill_25m -> rl_dict [label="dict-in-loop"];
  self_distill_25m -> rl_constrained [label="surface the answer"];
  sft_aux -> rl_polish [label="polish best"];
  sft_aux -> rl_infogain [label="info-gain term"];
  cot_eph_aux -> rl_expert_10row [label="expert-iter"];
  rl_expert_10row -> rl_expert_tail [label="reachability"];
  rl_expert_10row -> rl_grpo_polish [label="token-GRPO"];
  cot_eph_aux -> self_consistency [label="vote vs pass@N"];
  cot_eph_aux -> dpo_commit [label="DPO commit"];
  cot_eph_aux -> dpo_decisive [label="clean pairs"];
  dpo_commit -> dpo_guessonly [label="guess-only"];
  cot_eph_aux -> constraint_aux [label="train-in reward"];
  dpo_commit -> dagger_v1 [label="failure relabel"];
  dpo_commit -> rl_grpo_reward [label="GRPO+reward"];
  dpo_commit -> rl_grpo_guessonly [label="guess-only credit"];
  dagger_v1 -> dagger_v2 [label="full coverage"];
  cot_eph_aux -> audit [label="is it correct?"];
  dpo_commit -> audit [label="audit 0.631 too"];
  cot_eph_aux -> clean_rerun [label="re-run leak-free"];
  clean_rerun -> overnight_clean_sft [label="clean base"];
  overnight_clean_sft -> overnight_clean_dpo [label="DPO"];
  overnight_clean_sft -> overnight_clean_grpo [label="GRPO"];
  overnight_clean_sft -> overnight_clean_dagger [label="DAgger"];
  overnight_clean_dagger -> overnight_clean_dagger2 [label="×2"];
  overnight_clean_sft -> fair_stage1 [label="know dict, hide answers"];
  fair_stage1 -> distill_constrained [label="push validity"];
  fair_stage1 -> infogain_xit_c [label="info-gain XIT"];
  fair_stage1 -> infogain_xit_f [label="free / STaR"];
  fair_stage1 -> dpo_fair [label="retry DPO clean"];
  distill_constrained -> grpo_full_fair [label="long GRPO"];
  fair_stage1 -> scale_tiny [label="shrink"];
  fair_stage1 -> scale_base [label="mid"];
  fair_stage1 -> scale_xl [label="grow"];
  fair_stage1 -> rft_stage2 [label="on-policy self-distill"];
  fair_stage1 -> validity_max [label="push in-weights validity"];
  rft_stage2 -> control_teacher [label="attribution: ablate ingredients"];
  validity_max -> validity_max_v2 [label="push aux harder (clean protocol)"];
  validity_max_v2 -> validity_max_v3 [label="aux 8 — plateaus"];
  fair_stage1 -> infill [label="clue-aware infill (template input, clue logic training-only)"];
  fair_stage1 -> constrained_decode [label="mask spelling (diagnostic)"];
  fair_stage1 -> bestof16 [label="test-time compute"];
  fair_stage1 -> bestof16_nodict [label="no-dict ablation"];
  bestof16 -> bestof64 [label="N=64"];
  bestof64 -> bestof128 [label="N=128"];
  fair_stage1 -> beam_trie [label="beam"];
  cot_eph_aux -> deployed [label="deployed framing"];
  dpo_commit -> deployed [label="best deployed"];
}
